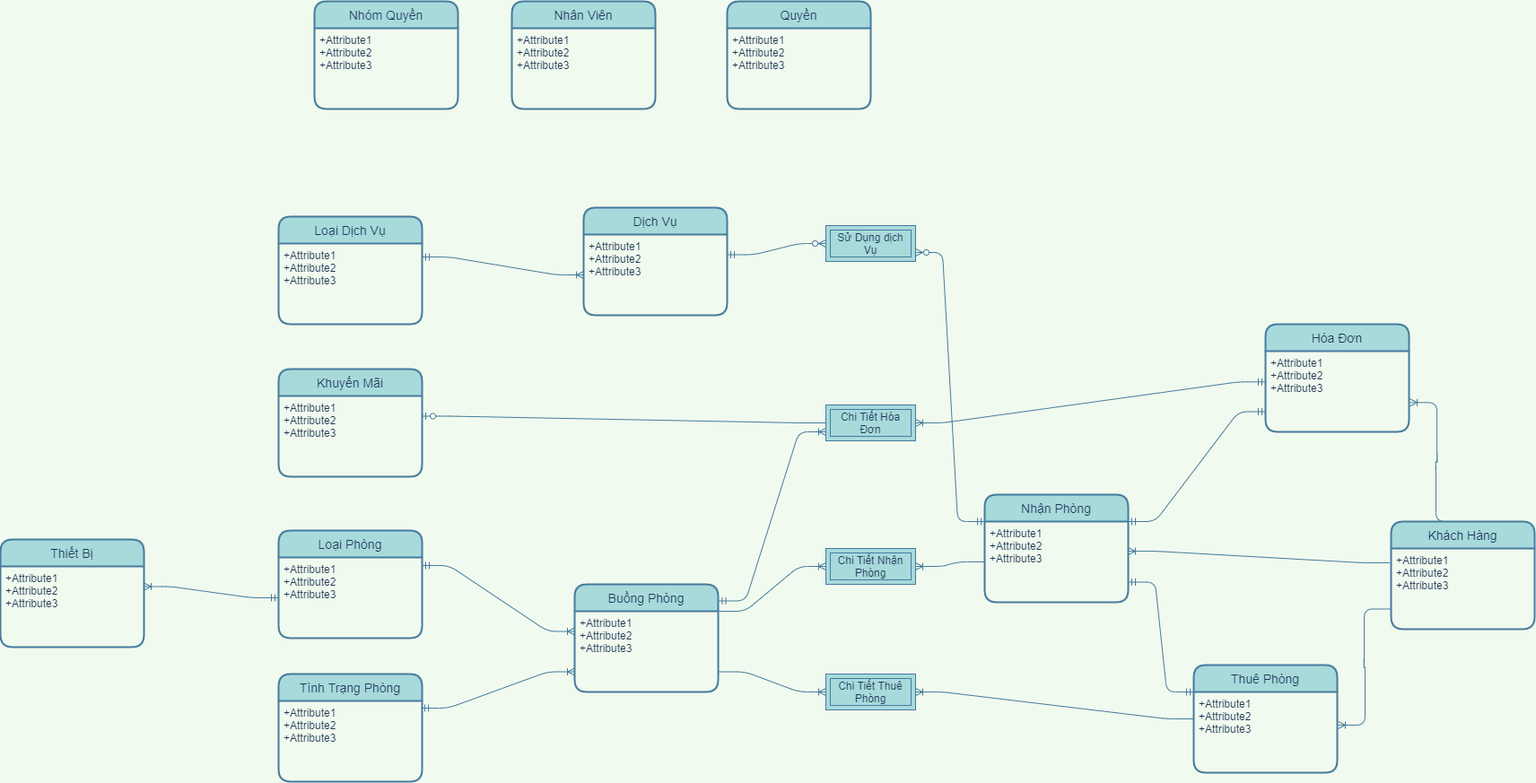
This is EntityRelationship-QLKS.png from maialino123/QLKS, a draw.io export, as it was before one commit. Source tidied: cells renumbered, new cells last; positions are measured from the earlier drawing's top-left corner, leaving out a move shared by most shapes.
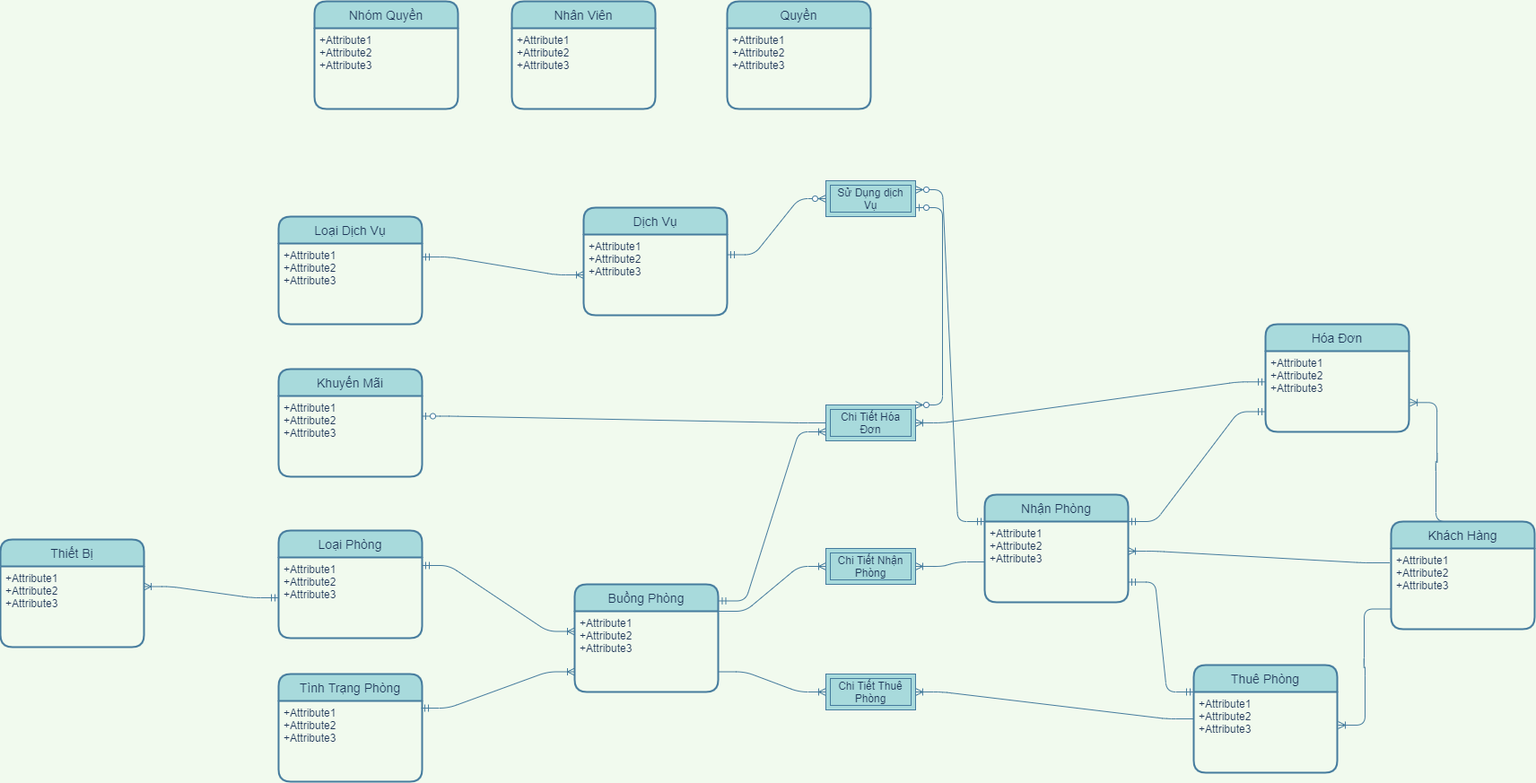
After the change.

Change to the diagram source:
```diff
@@ -144,13 +144,16 @@
       <mxGeometry relative="1" as="geometry" />
     </mxCell>
     <mxCell id="49" value="Sử Dụng dịch Vụ" style="shape=ext;margin=3;double=1;whiteSpace=wrap;html=1;align=center;strokeColor=#457B9D;fillColor=#A8DADC;fontColor=#1D3557;" parent="1" vertex="1">
-      <mxGeometry x="920" y="250" width="100" height="40" as="geometry" />
+      <mxGeometry x="920" y="200" width="100" height="40" as="geometry" />
     </mxCell>
-    <mxCell id="50" style="edgeStyle=entityRelationEdgeStyle;fontSize=12;html=1;endArrow=ERzeroToMany;startArrow=ERmandOne;entryX=1;entryY=0.75;entryDx=0;entryDy=0;exitX=0;exitY=0;exitDx=0;exitDy=0;labelBackgroundColor=#F1FAEE;strokeColor=#457B9D;fontColor=#1D3557;" parent="1" edge="1" source="17" target="49">
+    <mxCell id="50" style="edgeStyle=entityRelationEdgeStyle;fontSize=12;html=1;endArrow=ERzeroToMany;startArrow=ERmandOne;entryX=1;entryY=0.25;entryDx=0;entryDy=0;exitX=0;exitY=0;exitDx=0;exitDy=0;labelBackgroundColor=#F1FAEE;strokeColor=#457B9D;fontColor=#1D3557;" parent="1" edge="1" source="17" target="49">
       <mxGeometry relative="1" as="geometry" />
     </mxCell>
     <mxCell id="51" style="edgeStyle=entityRelationEdgeStyle;fontSize=12;html=1;endArrow=ERoneToMany;startArrow=ERmandOne;strokeColor=#457B9D;fillColor=#A8DADC;entryX=0;entryY=0.75;entryDx=0;entryDy=0;exitX=1.003;exitY=0.154;exitDx=0;exitDy=0;exitPerimeter=0;" parent="1" edge="1" source="4" target="39">
       <mxGeometry relative="1" as="geometry" />
     </mxCell>
+    <mxCell id="52" style="edgeStyle=entityRelationEdgeStyle;fontSize=12;html=1;endArrow=ERzeroToMany;startArrow=ERzeroToOne;strokeColor=#457B9D;fillColor=#A8DADC;exitX=1;exitY=0.75;exitDx=0;exitDy=0;entryX=1;entryY=0;entryDx=0;entryDy=0;" parent="1" edge="1" source="49" target="39">
+      <mxGeometry relative="1" as="geometry" />
+    </mxCell>
   </root>
 </mxGraphModel>
```
